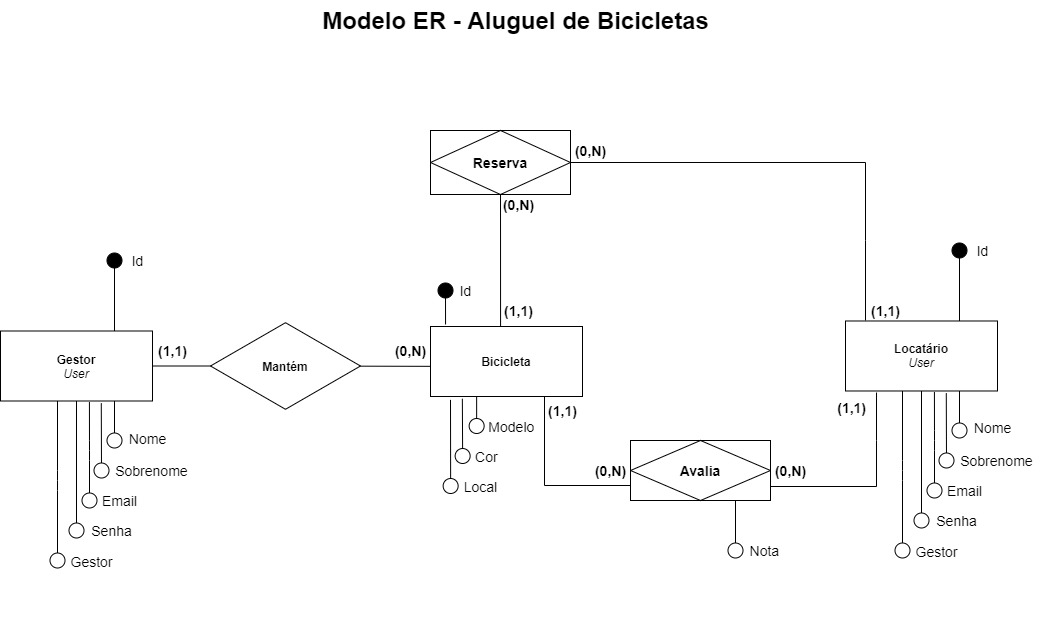
The draw.io diagram docs/img/diagramas/modelo-er.drawio.png in renemennab/projeto-aluguel-de-bicicleta-mobile, before a commit. Source tidied: cells renumbered, new cells last; positions are measured from the earlier drawing's top-left corner, leaving out a move shared by most shapes.
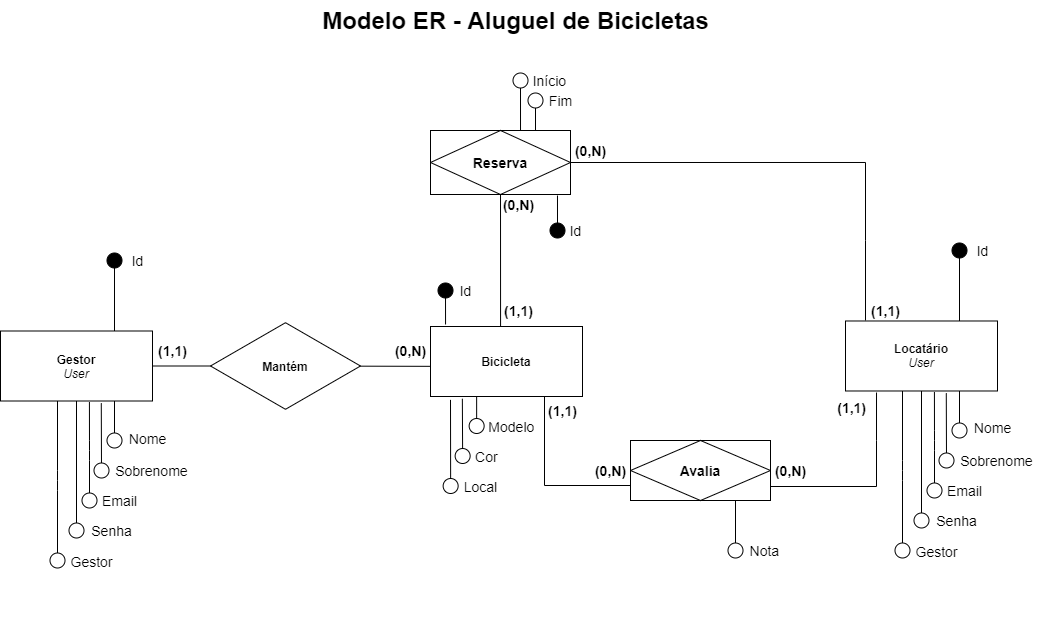
After the commit.

Commit message:
add atributos reserva

The edit, as a diff of the source:
```diff
@@ -72,7 +72,7 @@
     <mxCell id="17" value="&lt;b&gt;Gestor&lt;br&gt;&lt;/b&gt;&lt;i&gt;User&lt;/i&gt;" style="whiteSpace=wrap;html=1;align=center;" parent="8" vertex="1">
       <mxGeometry y="80.5" width="152" height="70" as="geometry" />
     </mxCell>
-    <mxCell id="18" value="&lt;font style=&quot;font-size: 14px&quot;&gt;Id&lt;/font&gt;" style="text;html=1;align=center;verticalAlign=middle;strokeColor=none;fillColor=none;" parent="8" vertex="1">
+    <mxCell id="18" value="&lt;span style=&quot;font-size: 14px&quot;&gt;Id&lt;/span&gt;" style="text;html=1;align=center;verticalAlign=middle;strokeColor=none;fillColor=none;" parent="8" vertex="1">
       <mxGeometry x="122" width="30" height="20" as="geometry" />
     </mxCell>
     <mxCell id="19" value="Nome" style="text;html=1;align=center;verticalAlign=middle;strokeColor=none;fillColor=none;fontSize=14;" parent="8" vertex="1">
@@ -235,12 +235,25 @@
     <mxCell id="56" value="&lt;b&gt;(1,1)&lt;/b&gt;" style="text;html=1;align=center;verticalAlign=middle;strokeColor=none;fillColor=none;fontSize=14;" parent="45" vertex="1">
       <mxGeometry x="112" y="164.5" width="40" height="20" as="geometry" />
     </mxCell>
+    <mxCell id="64" value="&lt;font style=&quot;font-size: 14px&quot;&gt;Id&lt;/font&gt;" style="text;html=1;align=center;verticalAlign=middle;strokeColor=none;fillColor=none;" parent="45" vertex="1">
+      <mxGeometry x="130" y="-15.5" width="30" height="20" as="geometry" />
+    </mxCell>
     <mxCell id="57" value="&lt;b&gt;(0,N)&lt;/b&gt;" style="text;html=1;align=center;verticalAlign=middle;strokeColor=none;fillColor=none;fontSize=14;" parent="1" vertex="1">
       <mxGeometry x="385" y="340" width="50" height="20" as="geometry" />
     </mxCell>
     <mxCell id="58" style="edgeStyle=none;rounded=0;html=1;entryX=0.461;entryY=0;entryDx=0;entryDy=0;entryPerimeter=0;endArrow=none;endFill=0;" parent="1" edge="1" source="59" target="49">
       <mxGeometry relative="1" as="geometry" />
     </mxCell>
+    <mxCell id="65" style="edgeStyle=none;rounded=0;html=1;exitX=0.75;exitY=0;exitDx=0;exitDy=0;endArrow=oval;endFill=0;endSize=15;" parent="1" edge="1" source="59">
+      <mxGeometry relative="1" as="geometry">
+        <mxPoint x="535" y="100" as="targetPoint" />
+      </mxGeometry>
+    </mxCell>
+    <mxCell id="66" style="edgeStyle=none;rounded=0;html=1;exitX=0.907;exitY=1.016;exitDx=0;exitDy=0;endArrow=oval;endFill=1;endSize=15;exitPerimeter=0;" parent="1" edge="1" source="59">
+      <mxGeometry relative="1" as="geometry">
+        <mxPoint x="557" y="230" as="targetPoint" />
+      </mxGeometry>
+    </mxCell>
     <mxCell id="59" value="&lt;b&gt;Reserva&lt;/b&gt;" style="shape=associativeEntity;whiteSpace=wrap;html=1;align=center;fontSize=14;strokeColor=default;fillColor=none;" parent="1" vertex="1">
       <mxGeometry x="430" y="130" width="140" height="64" as="geometry" />
     </mxCell>
@@ -260,5 +273,16 @@
     <mxCell id="63" value="&lt;b&gt;(0,N)&lt;/b&gt;" style="text;html=1;align=center;verticalAlign=middle;strokeColor=none;fillColor=none;fontSize=14;" parent="1" vertex="1">
       <mxGeometry x="585" y="460" width="50" height="20" as="geometry" />
     </mxCell>
+    <mxCell id="67" value="&lt;font style=&quot;font-size: 14px&quot;&gt;Fim&lt;/font&gt;" style="text;html=1;align=center;verticalAlign=middle;strokeColor=none;fillColor=none;" parent="1" vertex="1">
+      <mxGeometry x="540" y="90" width="40" height="20" as="geometry" />
+    </mxCell>
+    <mxCell id="68" style="edgeStyle=none;rounded=0;html=1;endArrow=oval;endFill=0;endSize=15;exitX=0.643;exitY=0;exitDx=0;exitDy=0;exitPerimeter=0;" parent="1" edge="1" source="59">
+      <mxGeometry relative="1" as="geometry">
+        <mxPoint x="520" y="80" as="targetPoint" />
+      </mxGeometry>
+    </mxCell>
+    <mxCell id="69" value="&lt;font style=&quot;font-size: 14px&quot;&gt;&amp;nbsp; Início&lt;/font&gt;" style="text;html=1;align=center;verticalAlign=middle;strokeColor=none;fillColor=none;" parent="1" vertex="1">
+      <mxGeometry x="515" y="70" width="60" height="20" as="geometry" />
+    </mxCell>
   </root>
 </mxGraphModel>
```
